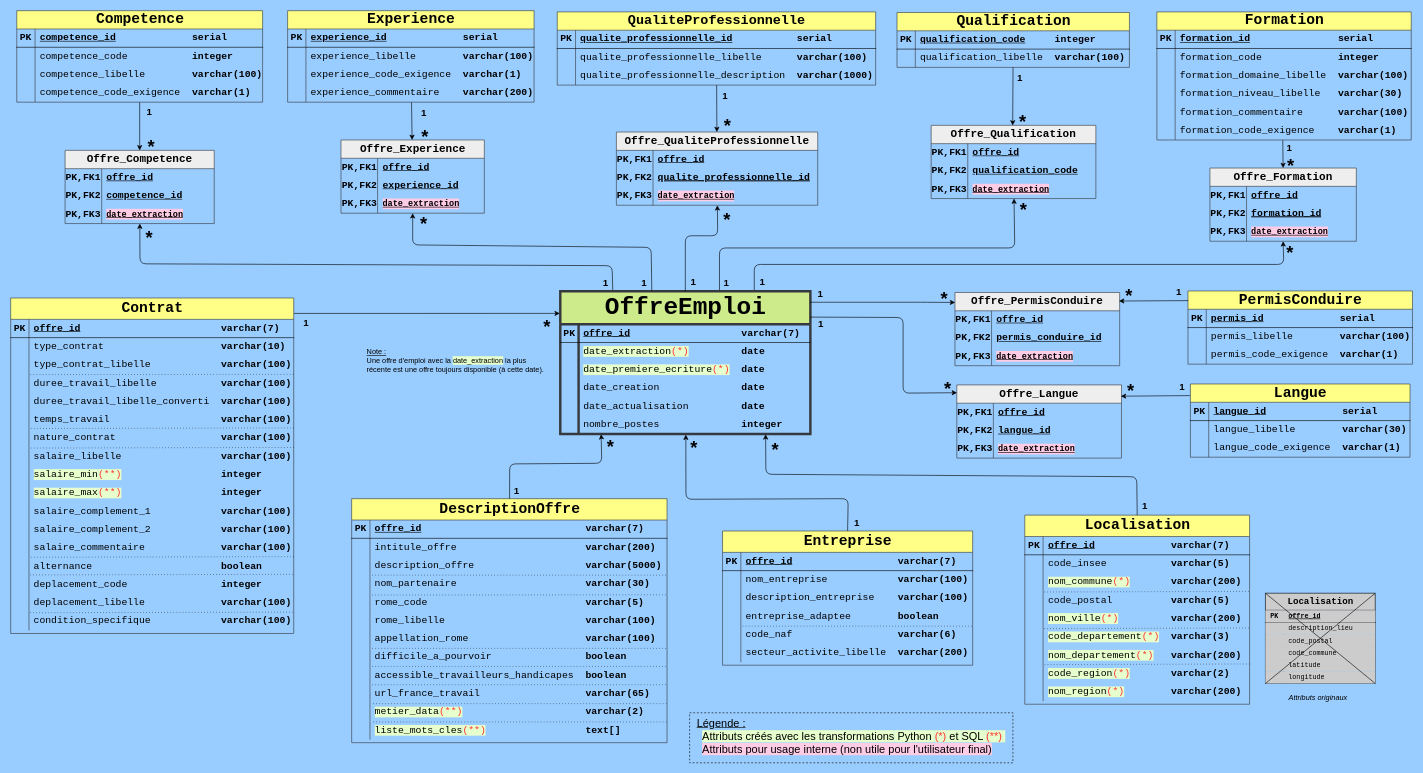
The draw.io diagram drawio_files/UML.drawio in vimchun/Job-Market-in-France, before the edit. Source tidied: cells renumbered, new cells numbered last; positions are measured from the earlier drawing's top-left corner, leaving out a move shared by most shapes. Both pictures are drawn from the tidied source at 61%, with x=0, y=0 at pixel (10, 10).
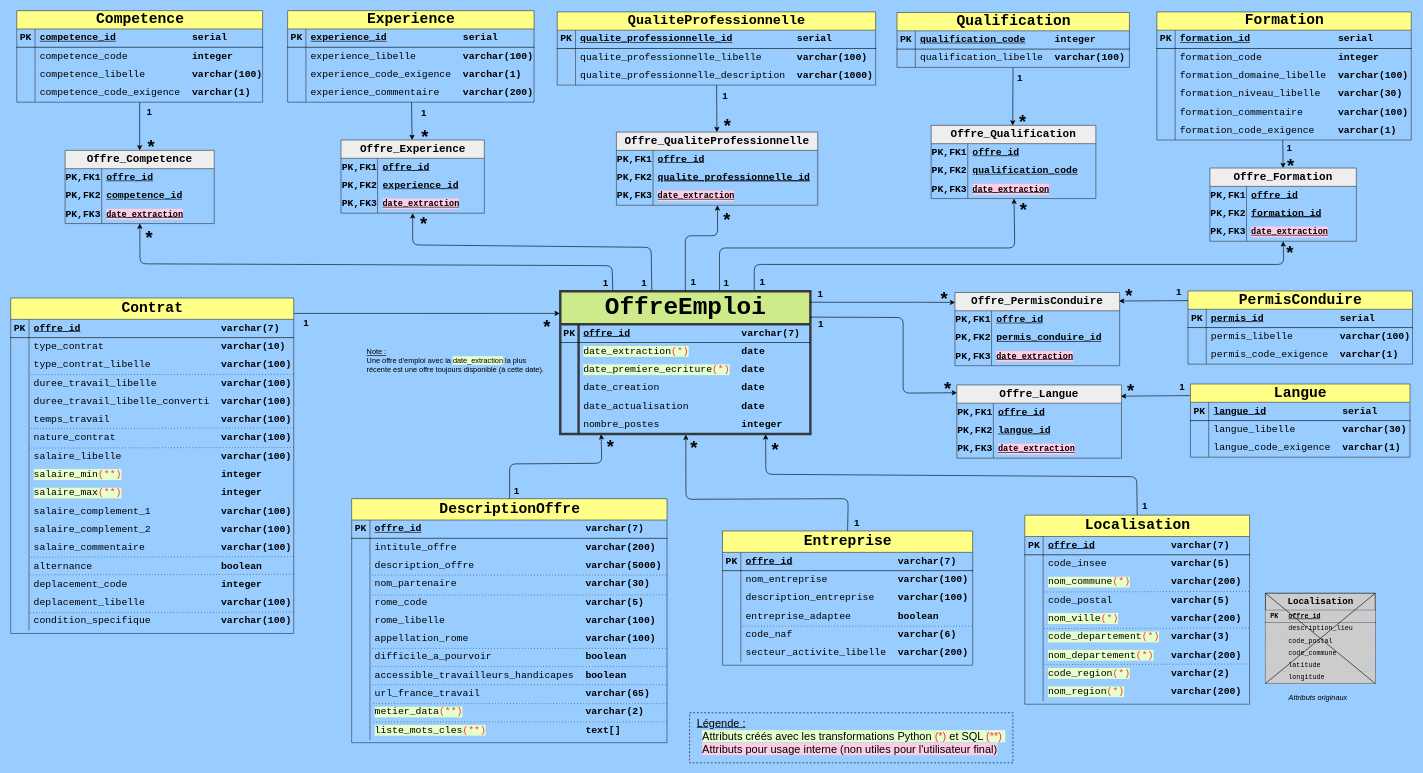
Above is the later version.

Commit message (it also covers changes not shown here):
update quelques screenshots suite à maj des fichiers drawio, update slides soutenance et readme

Diff of the diagram source:
```diff
@@
-    <mxCell id="399" value="&lt;font style=&quot;font-size: 18px;&quot;&gt;&amp;nbsp; &lt;u&gt;Légende :&lt;/u&gt;&lt;/font&gt;&lt;div&gt;&lt;span style=&quot;font-size: 18px;&quot;&gt;&amp;nbsp; &amp;nbsp; &lt;/span&gt;&lt;span style=&quot;background-color: light-dark(rgb(230, 255, 204), rgb(12, 33, 0)); text-align: center; font-size: 18px; color: light-dark(rgb(0, 0, 0), rgb(255, 255, 255));&quot;&gt;Attributs créés avec les transformations&lt;/span&gt;&lt;span style=&quot;background-color: rgb(230, 255, 204); color: light-dark(rgb(0, 0, 0), rgb(255, 255, 255)); font-size: 18px; text-align: center;&quot;&gt;&amp;nbsp;Python&amp;nbsp;&lt;/span&gt;&lt;span style=&quot;background-color: rgb(230, 255, 204); font-size: 18px; text-align: center;&quot;&gt;&lt;font style=&quot;color: light-dark(rgb(255, 51, 51), rgb(255, 255, 255));&quot;&gt;(*)&lt;/font&gt;&lt;/span&gt;&lt;span style=&quot;background-color: rgb(230, 255, 204); font-size: 18px; text-align: center; color: light-dark(rgb(0, 0, 0), rgb(255, 255, 255));&quot;&gt;&amp;nbsp;et&amp;nbsp;&lt;/span&gt;&lt;span style=&quot;background-color: rgb(230, 255, 204); color: light-dark(rgb(0, 0, 0), rgb(255, 255, 255)); font-size: 18px; text-align: center;&quot;&gt;SQL &lt;/span&gt;&lt;span style=&quot;background-color: rgb(230, 255, 204); font-size: 18px; text-align: center;&quot;&gt;&lt;font style=&quot;color: light-dark(rgb(255, 51, 51), rgb(255, 255, 255));&quot;&gt;(**)&lt;/font&gt;&lt;/span&gt;&lt;span style=&quot;background-color: rgb(230, 255, 204); color: light-dark(rgb(0, 0, 0), rgb(255, 255, 255)); font-size: 18px; text-align: center;&quot;&gt;&amp;nbsp;&lt;/span&gt;&lt;/div&gt;&lt;div&gt;&lt;div style=&quot;font-size: 18px;&quot;&gt;&lt;/div&gt;&lt;/div&gt;&lt;div&gt;&lt;span style=&quot;font-size: 18px;&quot;&gt;&amp;nbsp; &amp;nbsp; &lt;/span&gt;&lt;span style=&quot;background-color: light-dark(rgb(255, 204, 230), rgb(84, 40, 63)); color: light-dark(rgb(0, 0, 0), rgb(255, 255, 255)); text-align: center; font-size: 18px;&quot;&gt;Attributs pour usage interne (non utile pour l'utilisateur final)&lt;/span&gt;&lt;/div&gt;" style="rounded=0;whiteSpace=wrap;html=1;align=left;verticalAlign=top;fillColor=none;dashed=1;" parent="1" vertex="1">
+    <mxCell id="399" value="&lt;font style=&quot;font-size: 18px;&quot;&gt;&amp;nbsp; &lt;u&gt;Légende :&lt;/u&gt;&lt;/font&gt;&lt;div&gt;&lt;span style=&quot;font-size: 18px;&quot;&gt;&amp;nbsp; &amp;nbsp; &lt;/span&gt;&lt;span style=&quot;background-color: light-dark(rgb(230, 255, 204), rgb(12, 33, 0)); text-align: center; font-size: 18px; color: light-dark(rgb(0, 0, 0), rgb(255, 255, 255));&quot;&gt;Attributs créés avec les transformations&lt;/span&gt;&lt;span style=&quot;background-color: rgb(230, 255, 204); color: light-dark(rgb(0, 0, 0), rgb(255, 255, 255)); font-size: 18px; text-align: center;&quot;&gt;&amp;nbsp;Python&amp;nbsp;&lt;/span&gt;&lt;span style=&quot;background-color: rgb(230, 255, 204); font-size: 18px; text-align: center;&quot;&gt;&lt;font style=&quot;color: light-dark(rgb(255, 51, 51), rgb(255, 255, 255));&quot;&gt;(*)&lt;/font&gt;&lt;/span&gt;&lt;span style=&quot;background-color: rgb(230, 255, 204); font-size: 18px; text-align: center; color: light-dark(rgb(0, 0, 0), rgb(255, 255, 255));&quot;&gt;&amp;nbsp;et&amp;nbsp;&lt;/span&gt;&lt;span style=&quot;background-color: rgb(230, 255, 204); color: light-dark(rgb(0, 0, 0), rgb(255, 255, 255)); font-size: 18px; text-align: center;&quot;&gt;SQL &lt;/span&gt;&lt;span style=&quot;background-color: rgb(230, 255, 204); font-size: 18px; text-align: center;&quot;&gt;&lt;font style=&quot;color: light-dark(rgb(255, 51, 51), rgb(255, 255, 255));&quot;&gt;(**)&lt;/font&gt;&lt;/span&gt;&lt;span style=&quot;background-color: rgb(230, 255, 204); color: light-dark(rgb(0, 0, 0), rgb(255, 255, 255)); font-size: 18px; text-align: center;&quot;&gt;&amp;nbsp;&lt;/span&gt;&lt;/div&gt;&lt;div&gt;&lt;div style=&quot;font-size: 18px;&quot;&gt;&lt;/div&gt;&lt;/div&gt;&lt;div&gt;&lt;span style=&quot;font-size: 18px;&quot;&gt;&amp;nbsp; &amp;nbsp; &lt;/span&gt;&lt;span style=&quot;background-color: light-dark(rgb(255, 204, 230), rgb(84, 40, 63)); color: light-dark(rgb(0, 0, 0), rgb(255, 255, 255)); text-align: center; font-size: 18px;&quot;&gt;Attributs pour usage interne (non utiles pour l'utilisateur final)&lt;/span&gt;&lt;/div&gt;" style="rounded=0;whiteSpace=wrap;html=1;align=left;verticalAlign=top;fillColor=none;dashed=1;" parent="1" vertex="1">
       <mxGeometry x="1113" y="1151" width="530" height="82" as="geometry" />
     </mxCell>
```
